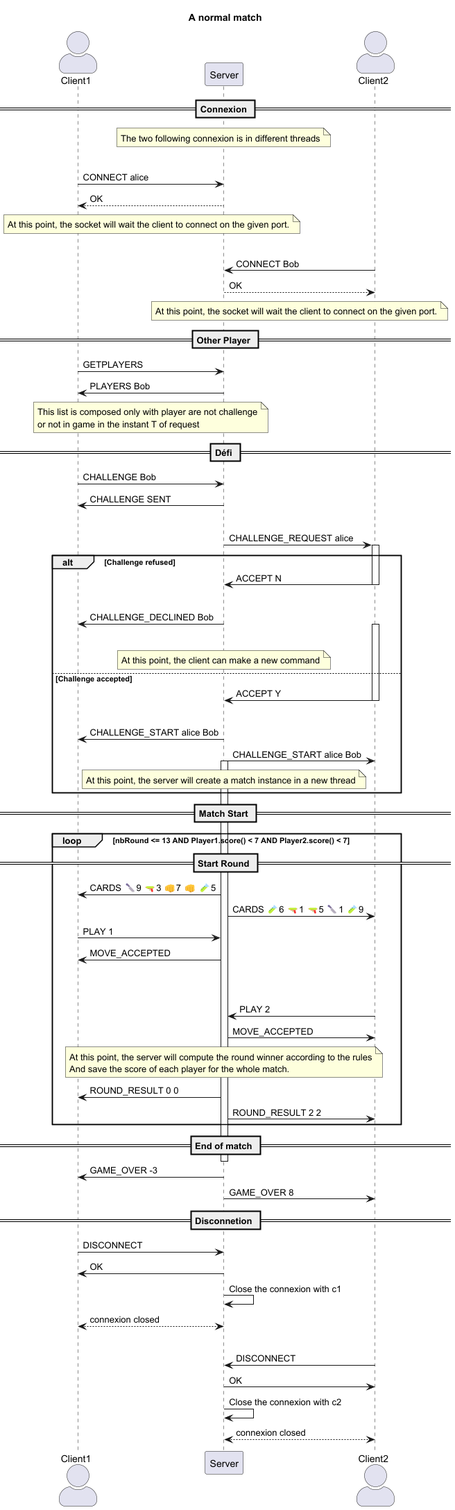
This is Documents/protocol_digrams/card-jitSUS-normal-match.png from Ischi-Leyre/dai-pw2-card-jitSUS, a PlantUML export, as it was before one commit. Its diagram source:
```plantuml
@startuml
title A normal match

skinparam actorStyle awesome
skinparam participantStyle awesome

actor Client1 as c1
participant Server as s
actor Client2 as c2

== Connexion ==
note over s
    The two following connexion is in different threads
endnote
|||

c1 -> s : CONNECT alice
s --> c1 : OK
note over c1, s
    At this point, the socket will wait the client to connect on the given port.
endnote
|||

c2 -> s : CONNECT Bob
s --> c2 : OK
note over c2, s
    At this point, the socket will wait the client to connect on the given port.
endnote

== Other Player ==
c1 -> s : GETPLAYERS
s -> c1 : PLAYERS Bob
note over c1, s
    This list is composed only with player are not challenge
    or not in game in the instant T of request
endnote

== Défi ==
c1 -> s : CHALLENGE Bob
s -> c1 : CHALLENGE SENT
|||
s -> c2 : CHALLENGE_REQUEST alice
activate c2

alt Challenge refused
    c2 -> s : ACCEPT N
    deactivate c2
    |||
    s -> c1 : CHALLENGE_DECLINED Bob
    |||
    note over s
        At this point, the client can make a new command
    endnote
else Challenge accepted
    activate c2
    c2 -> s : ACCEPT Y
    deactivate c2
    |||
    s -> c1 : CHALLENGE_START alice Bob
    s -> c2 : CHALLENGE_START alice Bob
    note over s
        At this point, the server will create a match instance in a new thread
    endnote
    activate s
end


== Match Start ==
loop nbRound <= 13 AND Player1.score() < 7 AND Player2.score() < 7
    == Start Round ==
    s -> c1 : CARDS 🔪9 🔫3 👊7 👊 🧪5
    s -> c2 : CARDS 🧪6 🔫1 🔫5 🔪1 🧪9

        c1 -> s : PLAY 1
        s -> c1 : MOVE_ACCEPTED
    |||
    |||
        c2 -> s : PLAY 2
        s -> c2 : MOVE_ACCEPTED

note over s
    At this point, the server will compute the round winner according to the rules
    And save the score of each player for the whole match.
endnote
    s -> c1 : ROUND_RESULT 0 0
    s -> c2 : ROUND_RESULT 2 2
    end

== End of match ==
deactivate s
s -> c1 : GAME_OVER -3
s -> c2 : GAME_OVER 8

== Disconnetion ==
c1 -> s : DISCONNECT
s -> c1 : OK
s -> s : Close the connexion with c1
s <--> c1 : connexion closed
|||
c2 -> s : DISCONNECT
s -> c2 : OK
s -> s : Close the connexion with c2
s <--> c2 : connexion closed

@enduml
```
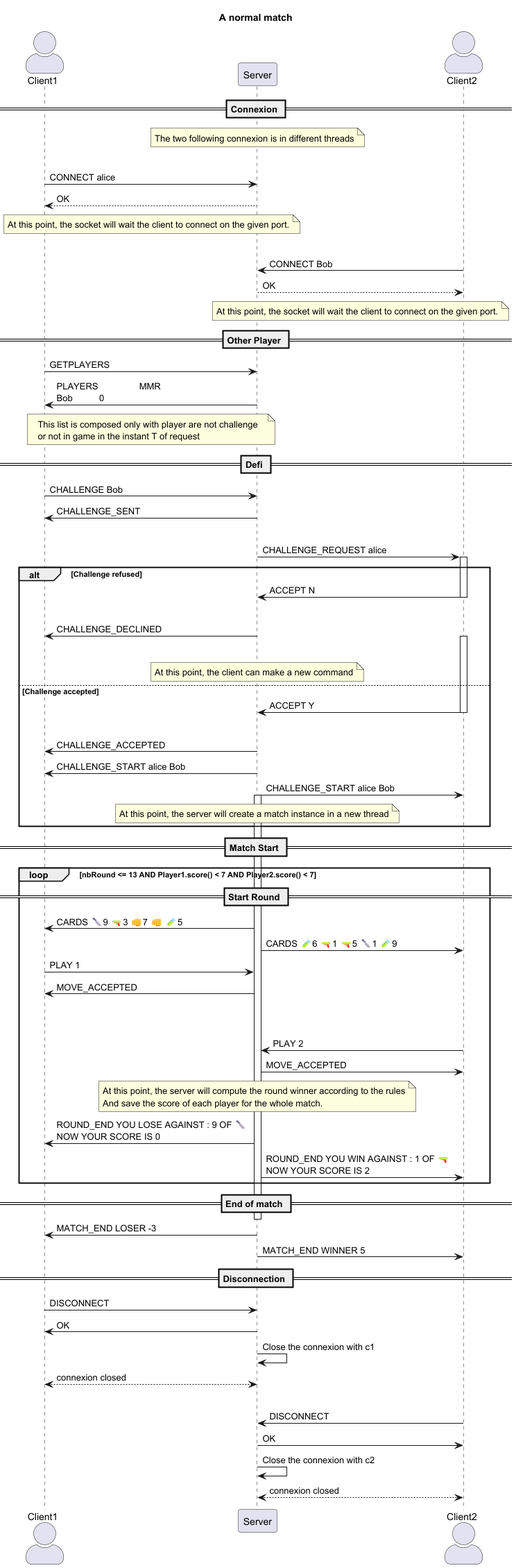
The same file after the commit.

Diff of the diagram source:
```diff
@@ -29,15 +29,15 @@
 
 == Other Player ==
 c1 -> s : GETPLAYERS
-s -> c1 : PLAYERS Bob
+s -> c1 : PLAYERS\t\t MMR\nBob\t\t 0
 note over c1, s
     This list is composed only with player are not challenge
     or not in game in the instant T of request
 endnote
 
-== Défi ==
+== Defi ==
 c1 -> s : CHALLENGE Bob
-s -> c1 : CHALLENGE SENT
+s -> c1 : CHALLENGE_SENT
 |||
 s -> c2 : CHALLENGE_REQUEST alice
 activate c2
@@ -46,16 +46,18 @@
     c2 -> s : ACCEPT N
     deactivate c2
     |||
-    s -> c1 : CHALLENGE_DECLINED Bob
+    s -> c1 : CHALLENGE_DECLINED
     |||
     note over s
         At this point, the client can make a new command
     endnote
+
 else Challenge accepted
     activate c2
     c2 -> s : ACCEPT Y
     deactivate c2
     |||
+    s -> c1 : CHALLENGE_ACCEPTED
     s -> c1 : CHALLENGE_START alice Bob
     s -> c2 : CHALLENGE_START alice Bob
     note over s
@@ -82,16 +84,16 @@
     At this point, the server will compute the round winner according to the rules
     And save the score of each player for the whole match.
 endnote
-    s -> c1 : ROUND_RESULT 0 0
-    s -> c2 : ROUND_RESULT 2 2
+    s -> c1 : ROUND_END YOU LOSE AGAINST : 9 OF 🔪 \nNOW YOUR SCORE IS 0
+    s -> c2 : ROUND_END YOU WIN AGAINST : 1 OF 🔫 \nNOW YOUR SCORE IS 2
     end
 
 == End of match ==
 deactivate s
-s -> c1 : GAME_OVER -3
-s -> c2 : GAME_OVER 8
+s -> c1 : MATCH_END LOSER -3
+s -> c2 : MATCH_END WINNER 5
 
-== Disconnetion ==
+== Disconnection ==
 c1 -> s : DISCONNECT
 s -> c1 : OK
 s -> s : Close the connexion with c1
```
